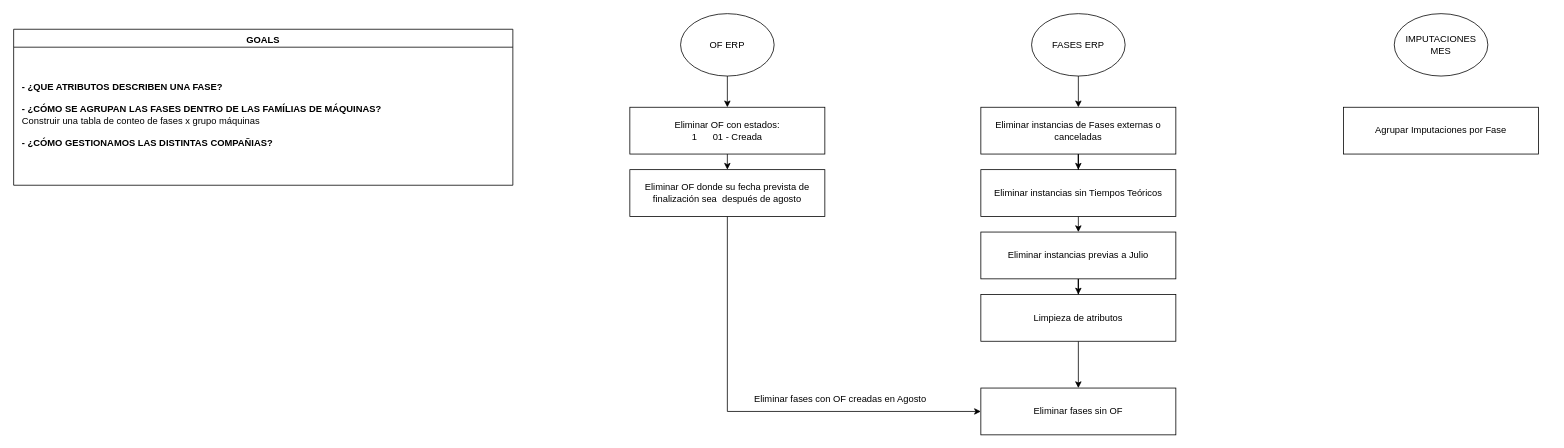
This is Diagrama_Inspección.drawio from muntrans/TFM, a draw.io file, before an edit. Source tidied: cells renumbered, new cells numbered last; positions are measured from the earlier drawing's top-left corner, leaving out a move shared by most shapes. Both pictures are drawn from the tidied source at 78%, with x=0, y=0 at pixel (13, 13).
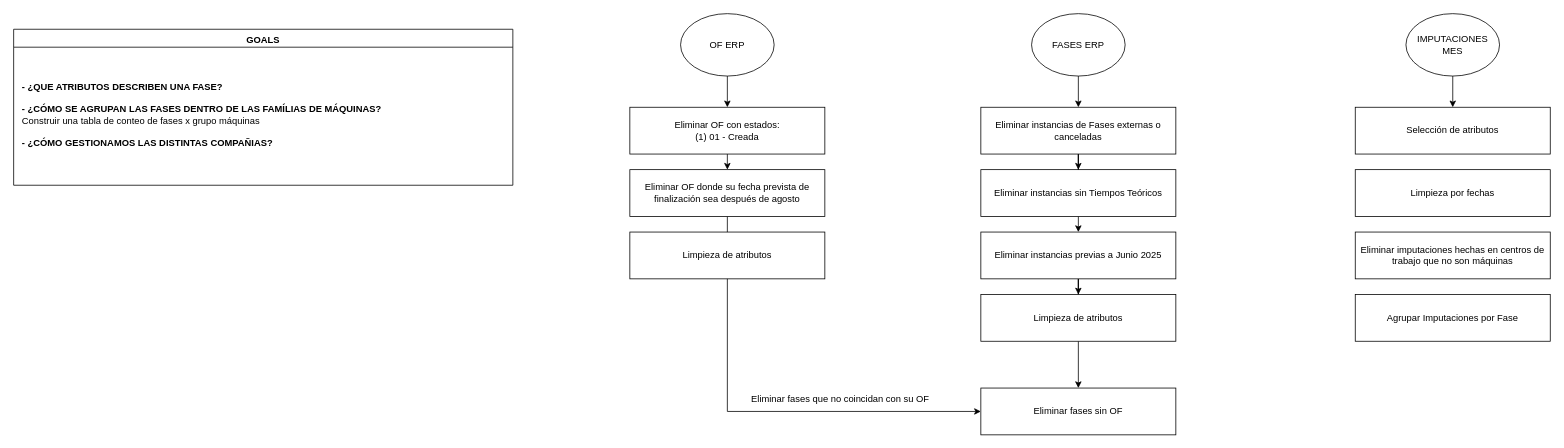
Above is the later version.

What changed in the source:
```diff
@@
-    <mxCell id="5" value="Eliminar instancias previas a Julio" style="rounded=0;whiteSpace=wrap;html=1;" parent="1" vertex="1">
+    <mxCell id="5" value="Eliminar instancias previas a Junio 2025" style="rounded=0;whiteSpace=wrap;html=1;" parent="1" vertex="1">
       <mxGeometry x="1240" y="280" width="250" height="60" as="geometry" />
     </mxCell>
@@
-    <mxCell id="15" value="Eliminar OF con estados:&lt;div&gt;1&lt;span style=&quot;white-space:pre&quot;&gt;&#9;&lt;/span&gt;01 - Creada&lt;/div&gt;" style="rounded=0;whiteSpace=wrap;html=1;" parent="1" vertex="1">
+    <mxCell id="15" value="Eliminar OF con estados:&lt;div&gt;(1) 01 - Creada&lt;/div&gt;" style="rounded=0;whiteSpace=wrap;html=1;" parent="1" vertex="1">
       <mxGeometry x="790" y="120" width="250" height="60" as="geometry" />
     </mxCell>
@@
-    <mxCell id="17" value="Eliminar OF donde su fecha prevista de finalización sea&amp;nbsp; después de agosto" style="rounded=0;whiteSpace=wrap;html=1;" parent="1" vertex="1">
+    <mxCell id="17" value="Eliminar OF donde su fecha prevista de finalización sea después de agosto" style="rounded=0;whiteSpace=wrap;html=1;" parent="1" vertex="1">
       <mxGeometry x="790" y="200" width="250" height="60" as="geometry" />
     </mxCell>
@@
+    <mxCell id="24" style="edgeStyle=orthogonalEdgeStyle;rounded=0;jettySize=auto;html=1;exitX=0.5;exitY=1;exitDx=0;exitDy=0;entryX=0.5;entryY=0;entryDx=0;entryDy=0;" parent="1" edge="1" source="20" target="26">
+      <mxGeometry relative="1" as="geometry" />
+    </mxCell>
     <mxCell id="20" value="IMPUTACIONES MES" style="ellipse;whiteSpace=wrap;html=1;shapeInside=1;" parent="1" vertex="1">
-      <mxGeometry x="1770" width="120" height="80" as="geometry" />
+      <mxGeometry x="1785" width="120" height="80" as="geometry" />
     </mxCell>
     <mxCell id="21" value="Agrupar Imputaciones por Fase" style="rounded=0;whiteSpace=wrap;html=1;" parent="1" vertex="1">
-      <mxGeometry x="1705" y="120" width="250" height="60" as="geometry" />
+      <mxGeometry x="1720" y="360" width="250" height="60" as="geometry" />
     </mxCell>
@@
-    <mxCell id="23" value="Eliminar fases con OF creadas en Agosto" style="text;html=1;whiteSpace=wrap;strokeColor=none;fillColor=none;align=center;verticalAlign=middle;rounded=0;" parent="1" vertex="1">
+    <mxCell id="23" value="Eliminar fases que no coincidan con su OF" style="text;html=1;whiteSpace=wrap;strokeColor=none;fillColor=none;align=center;verticalAlign=middle;rounded=0;" parent="1" vertex="1">
       <mxGeometry x="940" y="480" width="240" height="30" as="geometry" />
     </mxCell>
+    <mxCell id="25" value="Limpieza de atributos" style="rounded=0;whiteSpace=wrap;html=1;" parent="1" vertex="1">
+      <mxGeometry x="790" y="280" width="250" height="60" as="geometry" />
+    </mxCell>
+    <mxCell id="26" value="Selección de atributos" style="rounded=0;whiteSpace=wrap;html=1;" parent="1" vertex="1">
+      <mxGeometry x="1720" y="120" width="250" height="60" as="geometry" />
+    </mxCell>
+    <mxCell id="27" value="Limpieza por fechas" style="rounded=0;whiteSpace=wrap;html=1;" parent="1" vertex="1">
+      <mxGeometry x="1720" y="200" width="250" height="60" as="geometry" />
+    </mxCell>
+    <mxCell id="28" value="Eliminar imputaciones hechas en centros de trabajo que no son máquinas" style="rounded=0;whiteSpace=wrap;html=1;" parent="1" vertex="1">
+      <mxGeometry x="1720" y="280" width="250" height="60" as="geometry" />
+    </mxCell>
```
